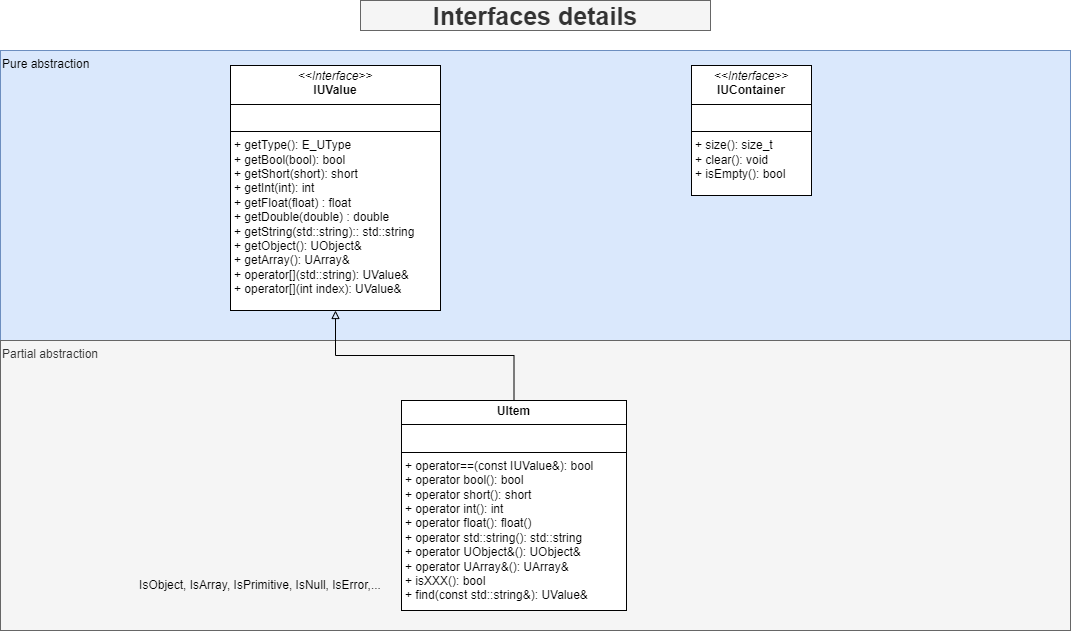
Above: resources/interfaces_details.png in mtiberghien/UIO (draw.io), before the change. Source tidied: cells renumbered, new cells last; positions are measured from the earlier drawing's top-left corner, leaving out a move shared by most shapes. The source it was exported from:
```xml
<mxGraphModel>
  <root>
    <mxCell id="0" />
    <mxCell id="1" parent="0" />
    <mxCell id="2" value="Pure abstraction" style="rounded=0;whiteSpace=wrap;html=1;align=left;verticalAlign=top;fillColor=#dae8fc;strokeColor=#6c8ebf;" parent="1" vertex="1">
      <mxGeometry y="50" width="1070" height="290" as="geometry" />
    </mxCell>
    <mxCell id="3" value="Partial abstraction" style="rounded=0;whiteSpace=wrap;html=1;align=left;verticalAlign=top;fillColor=#f5f5f5;strokeColor=#666666;fontColor=#333333;" parent="1" vertex="1">
      <mxGeometry y="340" width="1070" height="290" as="geometry" />
    </mxCell>
    <mxCell id="4" style="edgeStyle=orthogonalEdgeStyle;rounded=0;jettySize=auto;html=1;exitX=0.5;exitY=0;exitDx=0;exitDy=0;endArrow=block;endFill=0;entryX=0.5;entryY=1;entryDx=0;entryDy=0;" parent="1" edge="1" source="7" target="6">
      <mxGeometry relative="1" as="geometry" />
    </mxCell>
    <mxCell id="5" value="Interfaces details" style="text;html=1;align=center;verticalAlign=middle;whiteSpace=wrap;rounded=0;fontStyle=1;fontSize=25;" parent="1" vertex="1">
      <mxGeometry x="360" width="350" height="30" as="geometry" />
    </mxCell>
    <mxCell id="6" value="&lt;p style=&quot;margin:0px;margin-top:4px;text-align:center;&quot;&gt;&lt;i&gt;&amp;lt;&amp;lt;Interface&amp;gt;&amp;gt;&lt;/i&gt;&lt;br&gt;&lt;b&gt;IUValue&lt;/b&gt;&lt;/p&gt;&lt;hr size=&quot;1&quot; style=&quot;border-style:solid;&quot;&gt;&lt;p style=&quot;margin:0px;margin-left:4px;&quot;&gt;&lt;br&gt;&lt;/p&gt;&lt;hr size=&quot;1&quot; style=&quot;border-style:solid;&quot;&gt;&lt;p style=&quot;margin:0px;margin-left:4px;&quot;&gt;+ getType(): E_UType&lt;br&gt;+ getBool(bool): bool&lt;/p&gt;&lt;p style=&quot;margin:0px;margin-left:4px;&quot;&gt;+ getShort(short): short&lt;/p&gt;&lt;p style=&quot;margin:0px;margin-left:4px;&quot;&gt;+ getInt(int): int&lt;/p&gt;&lt;p style=&quot;margin:0px;margin-left:4px;&quot;&gt;+ getFloat(float) : float&lt;/p&gt;&lt;p style=&quot;margin:0px;margin-left:4px;&quot;&gt;+ getDouble(double) : double&lt;/p&gt;&lt;p style=&quot;margin:0px;margin-left:4px;&quot;&gt;+ getString(std::string):: std::string&lt;/p&gt;&lt;p style=&quot;margin:0px;margin-left:4px;&quot;&gt;+ getObject(): UObject&amp;amp;&lt;/p&gt;&lt;p style=&quot;margin:0px;margin-left:4px;&quot;&gt;+ getArray(): UArray&amp;amp;&lt;/p&gt;&lt;p style=&quot;margin:0px;margin-left:4px;&quot;&gt;+ operator[](std::string): UValue&amp;amp;&lt;/p&gt;&lt;p style=&quot;margin:0px;margin-left:4px;&quot;&gt;+ operator[](int index): UValue&amp;amp;&lt;/p&gt;&lt;p style=&quot;margin:0px;margin-left:4px;&quot;&gt;&lt;br&gt;&lt;/p&gt;" style="verticalAlign=top;align=left;overflow=fill;html=1;whiteSpace=wrap;" parent="1" vertex="1">
      <mxGeometry x="230" y="65" width="210" height="245" as="geometry" />
    </mxCell>
    <mxCell id="7" value="&lt;p style=&quot;margin:0px;margin-top:4px;text-align:center;&quot;&gt;&lt;b&gt;UItem&lt;/b&gt;&lt;/p&gt;&lt;hr size=&quot;1&quot; style=&quot;border-style:solid;&quot;&gt;&lt;p style=&quot;margin:0px;margin-left:4px;&quot;&gt;&lt;br&gt;&lt;/p&gt;&lt;hr size=&quot;1&quot; style=&quot;border-style:solid;&quot;&gt;&lt;p style=&quot;margin:0px;margin-left:4px;&quot;&gt;+ operator==(const IUValue&amp;amp;): bool&lt;/p&gt;&lt;p style=&quot;margin:0px;margin-left:4px;&quot;&gt;+ operator bool(): bool&lt;/p&gt;&lt;p style=&quot;margin:0px;margin-left:4px;&quot;&gt;+ operator short(): short&lt;/p&gt;&lt;p style=&quot;margin:0px;margin-left:4px;&quot;&gt;+ operator int(): int&lt;/p&gt;&lt;p style=&quot;margin:0px;margin-left:4px;&quot;&gt;+ operator float(): float()&lt;/p&gt;&lt;p style=&quot;margin:0px;margin-left:4px;&quot;&gt;+ operator std::string(): std::string&lt;/p&gt;&lt;p style=&quot;margin:0px;margin-left:4px;&quot;&gt;+ operator UObject&amp;amp;(): UObject&amp;amp;&lt;/p&gt;&lt;p style=&quot;margin:0px;margin-left:4px;&quot;&gt;+ operator UArray&amp;amp;(): UArray&amp;amp;&lt;/p&gt;&lt;p style=&quot;margin:0px;margin-left:4px;&quot;&gt;+ isXXX(): bool&lt;/p&gt;&lt;p style=&quot;margin:0px;margin-left:4px;&quot;&gt;+ find(const std::string&amp;amp;): UValue&amp;amp;&lt;/p&gt;&lt;p style=&quot;margin:0px;margin-left:4px;&quot;&gt;&lt;br&gt;&lt;/p&gt;" style="verticalAlign=top;align=left;overflow=fill;html=1;whiteSpace=wrap;" parent="1" vertex="1">
      <mxGeometry x="401" y="400" width="225" height="210" as="geometry" />
    </mxCell>
    <mxCell id="8" value="&lt;p style=&quot;margin:0px;margin-top:4px;text-align:center;&quot;&gt;&lt;i&gt;&amp;lt;&amp;lt;Interface&amp;gt;&amp;gt;&lt;/i&gt;&lt;br&gt;&lt;b&gt;IUContainer&lt;/b&gt;&lt;/p&gt;&lt;hr size=&quot;1&quot; style=&quot;border-style:solid;&quot;&gt;&lt;p style=&quot;margin:0px;margin-left:4px;&quot;&gt;&lt;br&gt;&lt;/p&gt;&lt;hr size=&quot;1&quot; style=&quot;border-style:solid;&quot;&gt;&lt;p style=&quot;margin:0px;margin-left:4px;&quot;&gt;+ size(): size_t&lt;/p&gt;&lt;p style=&quot;margin:0px;margin-left:4px;&quot;&gt;+ clear(): void&lt;/p&gt;&lt;p style=&quot;margin:0px;margin-left:4px;&quot;&gt;+ isEmpty(): bool&lt;/p&gt;" style="verticalAlign=top;align=left;overflow=fill;html=1;whiteSpace=wrap;" parent="1" vertex="1">
      <mxGeometry x="691" y="65" width="120" height="130" as="geometry" />
    </mxCell>
    <mxCell id="9" value="Interfaces details" style="text;html=1;align=center;verticalAlign=middle;whiteSpace=wrap;rounded=0;fontStyle=1;fontSize=25;fillColor=#f5f5f5;fontColor=#333333;strokeColor=#666666;" parent="1" vertex="1">
      <mxGeometry x="360" width="350" height="30" as="geometry" />
    </mxCell>
    <mxCell id="10" value="IsObject, IsArray, IsPrimitive, IsNull, IsError,..." style="text;html=1;align=center;verticalAlign=middle;whiteSpace=wrap;rounded=0;" parent="1" vertex="1">
      <mxGeometry x="130" y="570" width="260" height="30" as="geometry" />
    </mxCell>
  </root>
</mxGraphModel>
```
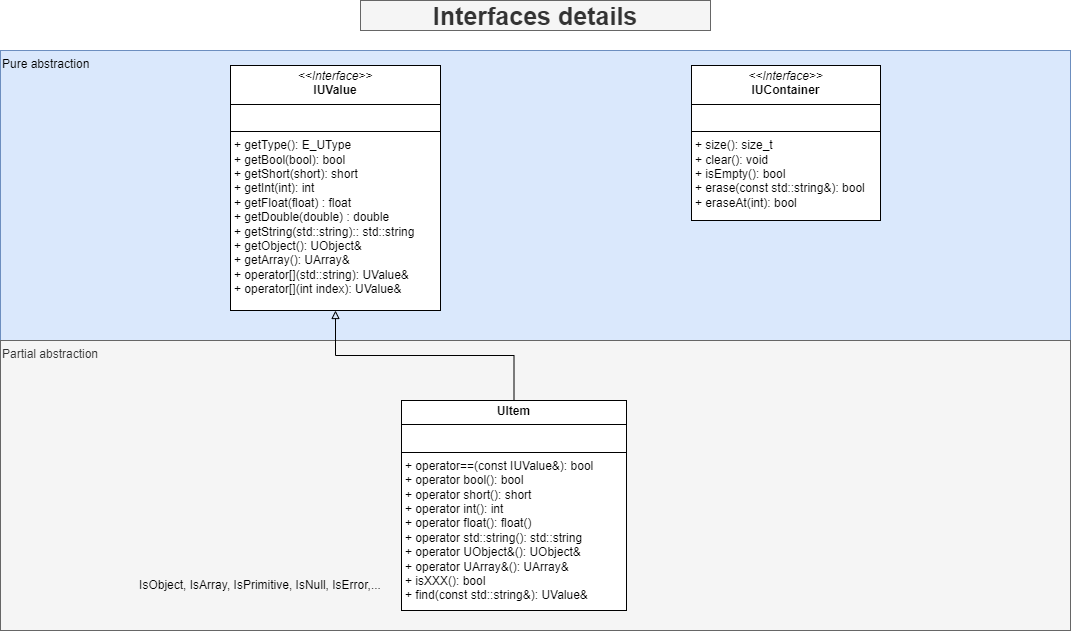
Later version of the same file.

Diff of the diagram source:
```diff
@@ -20,8 +20,8 @@
     <mxCell id="7" value="&lt;p style=&quot;margin:0px;margin-top:4px;text-align:center;&quot;&gt;&lt;b&gt;UItem&lt;/b&gt;&lt;/p&gt;&lt;hr size=&quot;1&quot; style=&quot;border-style:solid;&quot;&gt;&lt;p style=&quot;margin:0px;margin-left:4px;&quot;&gt;&lt;br&gt;&lt;/p&gt;&lt;hr size=&quot;1&quot; style=&quot;border-style:solid;&quot;&gt;&lt;p style=&quot;margin:0px;margin-left:4px;&quot;&gt;+ operator==(const IUValue&amp;amp;): bool&lt;/p&gt;&lt;p style=&quot;margin:0px;margin-left:4px;&quot;&gt;+ operator bool(): bool&lt;/p&gt;&lt;p style=&quot;margin:0px;margin-left:4px;&quot;&gt;+ operator short(): short&lt;/p&gt;&lt;p style=&quot;margin:0px;margin-left:4px;&quot;&gt;+ operator int(): int&lt;/p&gt;&lt;p style=&quot;margin:0px;margin-left:4px;&quot;&gt;+ operator float(): float()&lt;/p&gt;&lt;p style=&quot;margin:0px;margin-left:4px;&quot;&gt;+ operator std::string(): std::string&lt;/p&gt;&lt;p style=&quot;margin:0px;margin-left:4px;&quot;&gt;+ operator UObject&amp;amp;(): UObject&amp;amp;&lt;/p&gt;&lt;p style=&quot;margin:0px;margin-left:4px;&quot;&gt;+ operator UArray&amp;amp;(): UArray&amp;amp;&lt;/p&gt;&lt;p style=&quot;margin:0px;margin-left:4px;&quot;&gt;+ isXXX(): bool&lt;/p&gt;&lt;p style=&quot;margin:0px;margin-left:4px;&quot;&gt;+ find(const std::string&amp;amp;): UValue&amp;amp;&lt;/p&gt;&lt;p style=&quot;margin:0px;margin-left:4px;&quot;&gt;&lt;br&gt;&lt;/p&gt;" style="verticalAlign=top;align=left;overflow=fill;html=1;whiteSpace=wrap;" parent="1" vertex="1">
       <mxGeometry x="401" y="400" width="225" height="210" as="geometry" />
     </mxCell>
-    <mxCell id="8" value="&lt;p style=&quot;margin:0px;margin-top:4px;text-align:center;&quot;&gt;&lt;i&gt;&amp;lt;&amp;lt;Interface&amp;gt;&amp;gt;&lt;/i&gt;&lt;br&gt;&lt;b&gt;IUContainer&lt;/b&gt;&lt;/p&gt;&lt;hr size=&quot;1&quot; style=&quot;border-style:solid;&quot;&gt;&lt;p style=&quot;margin:0px;margin-left:4px;&quot;&gt;&lt;br&gt;&lt;/p&gt;&lt;hr size=&quot;1&quot; style=&quot;border-style:solid;&quot;&gt;&lt;p style=&quot;margin:0px;margin-left:4px;&quot;&gt;+ size(): size_t&lt;/p&gt;&lt;p style=&quot;margin:0px;margin-left:4px;&quot;&gt;+ clear(): void&lt;/p&gt;&lt;p style=&quot;margin:0px;margin-left:4px;&quot;&gt;+ isEmpty(): bool&lt;/p&gt;" style="verticalAlign=top;align=left;overflow=fill;html=1;whiteSpace=wrap;" parent="1" vertex="1">
-      <mxGeometry x="691" y="65" width="120" height="130" as="geometry" />
+    <mxCell id="8" value="&lt;p style=&quot;margin:0px;margin-top:4px;text-align:center;&quot;&gt;&lt;i&gt;&amp;lt;&amp;lt;Interface&amp;gt;&amp;gt;&lt;/i&gt;&lt;br&gt;&lt;b&gt;IUContainer&lt;/b&gt;&lt;/p&gt;&lt;hr size=&quot;1&quot; style=&quot;border-style:solid;&quot;&gt;&lt;p style=&quot;margin:0px;margin-left:4px;&quot;&gt;&lt;br&gt;&lt;/p&gt;&lt;hr size=&quot;1&quot; style=&quot;border-style:solid;&quot;&gt;&lt;p style=&quot;margin:0px;margin-left:4px;&quot;&gt;+ size(): size_t&lt;/p&gt;&lt;p style=&quot;margin:0px;margin-left:4px;&quot;&gt;+ clear(): void&lt;/p&gt;&lt;p style=&quot;margin:0px;margin-left:4px;&quot;&gt;+ isEmpty(): bool&lt;/p&gt;&lt;p style=&quot;margin:0px;margin-left:4px;&quot;&gt;+ erase(const std::string&amp;amp;): bool&lt;/p&gt;&lt;p style=&quot;margin:0px;margin-left:4px;&quot;&gt;+ eraseAt(int): bool&lt;/p&gt;" style="verticalAlign=top;align=left;overflow=fill;html=1;whiteSpace=wrap;" parent="1" vertex="1">
+      <mxGeometry x="691" y="65" width="189" height="155" as="geometry" />
     </mxCell>
     <mxCell id="9" value="Interfaces details" style="text;html=1;align=center;verticalAlign=middle;whiteSpace=wrap;rounded=0;fontStyle=1;fontSize=25;fillColor=#f5f5f5;fontColor=#333333;strokeColor=#666666;" parent="1" vertex="1">
       <mxGeometry x="360" width="350" height="30" as="geometry" />
```
